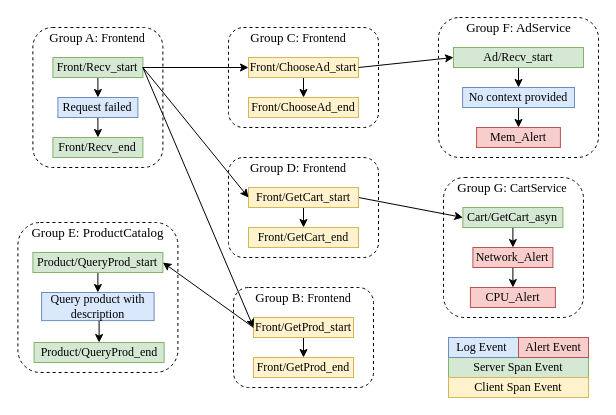
Earlier version of the draw.io diagram page "第 3 页" (3 of 3) of drawio/未命名绘图.drawio (siljing/SAD-Data_Modeling). Source tidied: cells renumbered, new cells numbered last; positions are measured from the earlier drawing's top-left corner, leaving out a move shared by most shapes. Both pictures are drawn from the tidied source at 100%, with x=0, y=0 at pixel (17, 17).
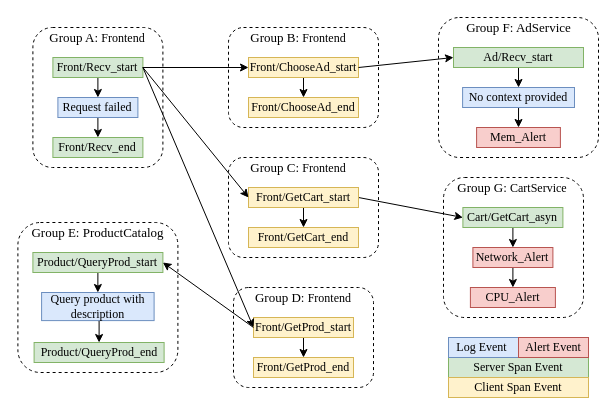
After the change.

Commit message:
更新未命名绘图.drawio

What changed in the source:
```diff
@@
-    <mxCell id="10" value="&lt;font style=&quot;color: rgb(0, 0, 0);&quot;&gt;&lt;span style=&quot;font-size: 13px; text-align: left;&quot;&gt;Group B:&amp;nbsp;&lt;/span&gt;&lt;span class=&quot;_inlineMarkdown_10345_7 inline-markdown text-size-chat-sm font-mono blend bg-token-text-code-block-background rounded-sm px-1.5 py-0.5 leading-none extension:bg-token-foreground/10 electron:bg-token-list-hover-background/60&quot; style=&quot;box-sizing: border-box; border: 0px solid; margin: 0px; padding: 0px; border-radius: var(--radius-sm); background-color: color-mix(in oklab,var(--color-token-foreground)10%,transparent); padding-inline: calc(var(--spacing)*1.5); padding-block: calc(var(--spacing)*.5); font-size: calc(var(--codex-chat-font-size) - 1px); text-align: left; --tw-leading: 1 !important; line-height: 1 !important;&quot;&gt;Frontend&lt;/span&gt;&lt;/font&gt;" style="text;html=1;whiteSpace=wrap;strokeColor=none;fillColor=none;align=center;verticalAlign=middle;rounded=0;fontFamily=Times New Roman;" parent="1" vertex="1">
+    <mxCell id="10" value="&lt;font style=&quot;color: rgb(0, 0, 0);&quot;&gt;&lt;span style=&quot;font-size: 13px; text-align: left;&quot;&gt;Group D:&amp;nbsp;&lt;/span&gt;&lt;span class=&quot;_inlineMarkdown_10345_7 inline-markdown text-size-chat-sm font-mono blend bg-token-text-code-block-background rounded-sm px-1.5 py-0.5 leading-none extension:bg-token-foreground/10 electron:bg-token-list-hover-background/60&quot; style=&quot;box-sizing: border-box; border: 0px solid; margin: 0px; padding: 0px; border-radius: var(--radius-sm); background-color: color-mix(in oklab,var(--color-token-foreground)10%,transparent); padding-inline: calc(var(--spacing)*1.5); padding-block: calc(var(--spacing)*.5); font-size: calc(var(--codex-chat-font-size) - 1px); text-align: left; --tw-leading: 1 !important; line-height: 1 !important;&quot;&gt;Frontend&lt;/span&gt;&lt;/font&gt;" style="text;html=1;whiteSpace=wrap;strokeColor=none;fillColor=none;align=center;verticalAlign=middle;rounded=0;fontFamily=Times New Roman;" parent="1" vertex="1">
       <mxGeometry x="231" y="270" width="110" height="20" as="geometry" />
     </mxCell>
@@
-    <mxCell id="15" value="&lt;font style=&quot;color: rgb(0, 0, 0);&quot;&gt;&lt;span style=&quot;font-size: 13px; text-align: left;&quot;&gt;Group C:&amp;nbsp;&lt;/span&gt;&lt;span class=&quot;_inlineMarkdown_10345_7 inline-markdown text-size-chat-sm font-mono blend bg-token-text-code-block-background rounded-sm px-1.5 py-0.5 leading-none extension:bg-token-foreground/10 electron:bg-token-list-hover-background/60&quot; style=&quot;box-sizing: border-box; border: 0px solid; margin: 0px; padding: 0px; border-radius: var(--radius-sm); background-color: color-mix(in oklab,var(--color-token-foreground)10%,transparent); padding-inline: calc(var(--spacing)*1.5); padding-block: calc(var(--spacing)*.5); font-size: calc(var(--codex-chat-font-size) - 1px); text-align: left; --tw-leading: 1 !important; line-height: 1 !important;&quot;&gt;Frontend&lt;/span&gt;&lt;/font&gt;" style="text;html=1;whiteSpace=wrap;strokeColor=none;fillColor=none;align=center;verticalAlign=middle;rounded=0;fontFamily=Times New Roman;" parent="1" vertex="1">
+    <mxCell id="15" value="&lt;font style=&quot;color: rgb(0, 0, 0);&quot;&gt;&lt;span style=&quot;font-size: 13px; text-align: left;&quot;&gt;Group B:&amp;nbsp;&lt;/span&gt;&lt;span class=&quot;_inlineMarkdown_10345_7 inline-markdown text-size-chat-sm font-mono blend bg-token-text-code-block-background rounded-sm px-1.5 py-0.5 leading-none extension:bg-token-foreground/10 electron:bg-token-list-hover-background/60&quot; style=&quot;box-sizing: border-box; border: 0px solid; margin: 0px; padding: 0px; border-radius: var(--radius-sm); background-color: color-mix(in oklab,var(--color-token-foreground)10%,transparent); padding-inline: calc(var(--spacing)*1.5); padding-block: calc(var(--spacing)*.5); font-size: calc(var(--codex-chat-font-size) - 1px); text-align: left; --tw-leading: 1 !important; line-height: 1 !important;&quot;&gt;Frontend&lt;/span&gt;&lt;/font&gt;" style="text;html=1;whiteSpace=wrap;strokeColor=none;fillColor=none;align=center;verticalAlign=middle;rounded=0;fontFamily=Times New Roman;" parent="1" vertex="1">
       <mxGeometry x="226" y="10" width="110" height="20" as="geometry" />
     </mxCell>
@@
-    <mxCell id="42" value="&lt;font style=&quot;color: rgb(0, 0, 0);&quot;&gt;&lt;span style=&quot;font-size: 13px; text-align: left;&quot;&gt;Group D:&amp;nbsp;&lt;/span&gt;&lt;span class=&quot;_inlineMarkdown_10345_7 inline-markdown text-size-chat-sm font-mono blend bg-token-text-code-block-background rounded-sm px-1.5 py-0.5 leading-none extension:bg-token-foreground/10 electron:bg-token-list-hover-background/60&quot; style=&quot;box-sizing: border-box; border: 0px solid; margin: 0px; padding: 0px; border-radius: var(--radius-sm); background-color: color-mix(in oklab,var(--color-token-foreground)10%,transparent); padding-inline: calc(var(--spacing)*1.5); padding-block: calc(var(--spacing)*.5); font-size: calc(var(--codex-chat-font-size) - 1px); text-align: left; --tw-leading: 1 !important; line-height: 1 !important;&quot;&gt;Frontend&lt;/span&gt;&lt;/font&gt;" style="text;html=1;whiteSpace=wrap;strokeColor=none;fillColor=none;align=center;verticalAlign=middle;rounded=0;fontFamily=Times New Roman;" parent="1" vertex="1">
+    <mxCell id="42" value="&lt;font style=&quot;color: rgb(0, 0, 0);&quot;&gt;&lt;span style=&quot;font-size: 13px; text-align: left;&quot;&gt;Group C:&amp;nbsp;&lt;/span&gt;&lt;span class=&quot;_inlineMarkdown_10345_7 inline-markdown text-size-chat-sm font-mono blend bg-token-text-code-block-background rounded-sm px-1.5 py-0.5 leading-none extension:bg-token-foreground/10 electron:bg-token-list-hover-background/60&quot; style=&quot;box-sizing: border-box; border: 0px solid; margin: 0px; padding: 0px; border-radius: var(--radius-sm); background-color: color-mix(in oklab,var(--color-token-foreground)10%,transparent); padding-inline: calc(var(--spacing)*1.5); padding-block: calc(var(--spacing)*.5); font-size: calc(var(--codex-chat-font-size) - 1px); text-align: left; --tw-leading: 1 !important; line-height: 1 !important;&quot;&gt;Frontend&lt;/span&gt;&lt;/font&gt;" style="text;html=1;whiteSpace=wrap;strokeColor=none;fillColor=none;align=center;verticalAlign=middle;rounded=0;fontFamily=Times New Roman;" parent="1" vertex="1">
       <mxGeometry x="226" y="140" width="110" height="20" as="geometry" />
     </mxCell>
```
